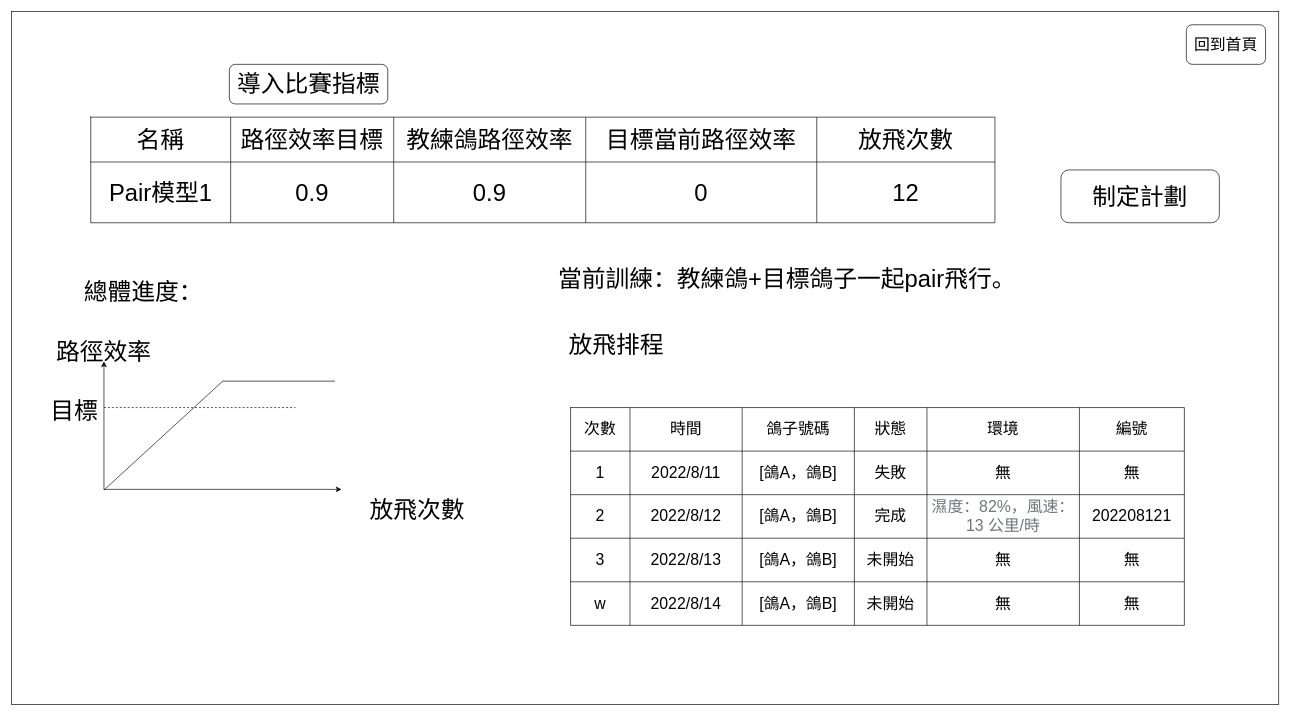
Above: page "Pair模型-1" (4 of 12) of 訓練系統UI設計.drawio in pengzhen80/PigeonRace (draw.io), before the change. Source tidied: cells renumbered, new cells numbered last; positions are measured from the earlier drawing's top-left corner, leaving out a move shared by most shapes. Both pictures are drawn from the tidied source at 66%, with x=0, y=0 at pixel (11, 11).
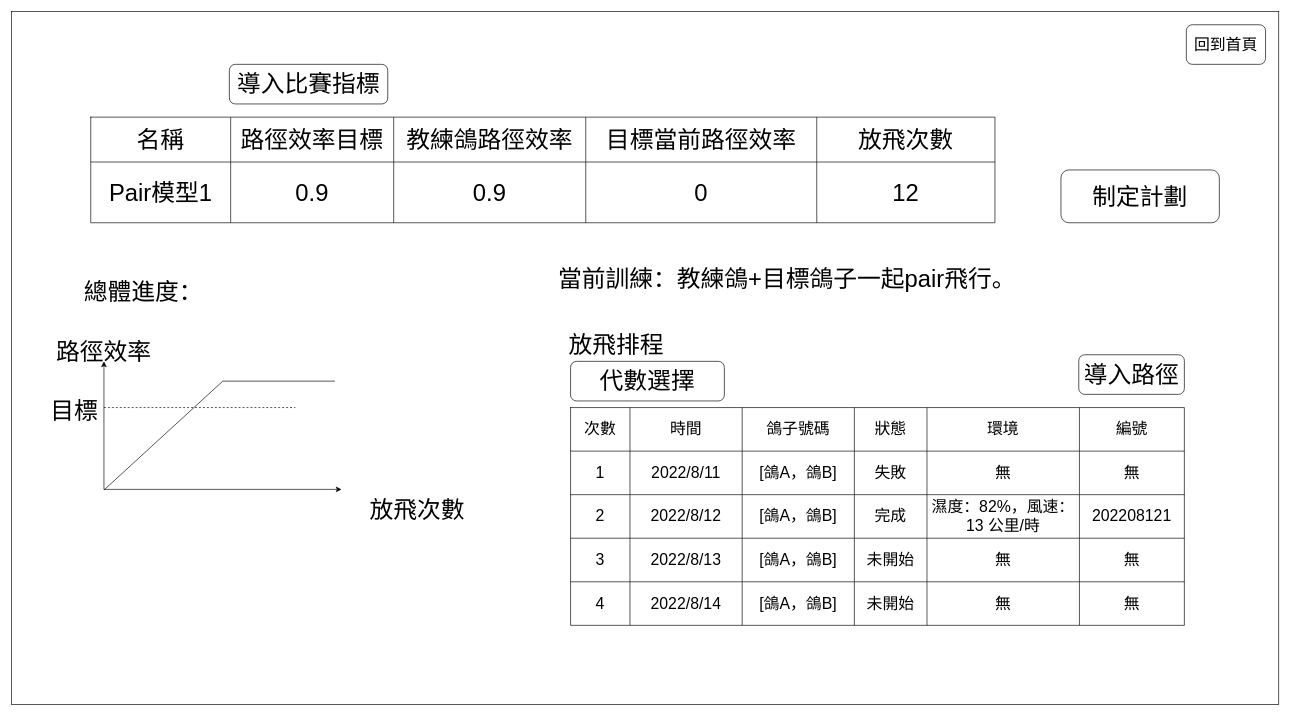
The same page after the edit.

Unchanged cells that the change refers to:
```xml
<mxCell id="40" style="shape=tableRow;horizontal=0;startSize=0;swimlaneHead=0;swimlaneBody=0;top=0;left=0;bottom=0;right=0;fillColor=none;fontSize=24;" parent="25" vertex="1">
  <mxGeometry y="132" width="930" height="66" as="geometry" />
</mxCell>
<mxCell id="54" style="shape=tableRow;horizontal=0;startSize=0;swimlaneHead=0;swimlaneBody=0;top=0;left=0;bottom=0;right=0;fillColor=none;fontSize=24;" parent="25" vertex="1">
  <mxGeometry y="264" width="930" height="66" as="geometry" />
</mxCell>
```

Diff of the diagram source:
```diff
@@
-    <mxCell id="45" value="&lt;span style=&quot;color: rgb(112, 117, 122); font-family: arial, sans-serif; text-align: start; background-color: rgb(255, 255, 255);&quot;&gt;濕度：&lt;/span&gt;&lt;span style=&quot;color: rgb(112, 117, 122); font-family: arial, sans-serif; text-align: start; background-color: rgb(255, 255, 255);&quot; id=&quot;wob_hm&quot;&gt;82%，&lt;/span&gt;&lt;span style=&quot;color: rgb(112, 117, 122); font-family: arial, sans-serif; text-align: start; background-color: rgb(255, 255, 255);&quot;&gt;風速：&lt;/span&gt;&lt;span style=&quot;color: rgb(112, 117, 122); font-family: arial, sans-serif; text-align: start; background-color: rgb(255, 255, 255);&quot; id=&quot;wob_ws&quot; class=&quot;wob_t&quot;&gt;13 公里/時&lt;/span&gt;" style="shape=partialRectangle;html=1;whiteSpace=wrap;overflow=hidden;fillColor=none;top=0;left=0;bottom=0;right=0;fontSize=24;" parent="40" vertex="1">
+    <mxCell id="45" value="&lt;span style=&quot;font-family: arial, sans-serif; text-align: start; background-color: rgb(255, 255, 255);&quot;&gt;濕度：&lt;/span&gt;&lt;span style=&quot;font-family: arial, sans-serif; text-align: start; background-color: rgb(255, 255, 255);&quot; id=&quot;wob_hm&quot;&gt;82%，&lt;/span&gt;&lt;span style=&quot;font-family: arial, sans-serif; text-align: start; background-color: rgb(255, 255, 255);&quot;&gt;風速：&lt;/span&gt;&lt;span style=&quot;font-family: arial, sans-serif; text-align: start; background-color: rgb(255, 255, 255);&quot; id=&quot;wob_ws&quot; class=&quot;wob_t&quot;&gt;13 公里/時&lt;/span&gt;" style="shape=partialRectangle;html=1;whiteSpace=wrap;overflow=hidden;fillColor=none;top=0;left=0;bottom=0;right=0;fontSize=24;" parent="40" vertex="1">
       <mxGeometry x="540" width="231" height="66" as="geometry" />
     </mxCell>
@@
-    <mxCell id="55" value="w" style="shape=partialRectangle;html=1;whiteSpace=wrap;overflow=hidden;fillColor=none;top=0;left=0;bottom=0;right=0;fontSize=24;" parent="54" vertex="1">
+    <mxCell id="55" value="4" style="shape=partialRectangle;html=1;whiteSpace=wrap;overflow=hidden;fillColor=none;top=0;left=0;bottom=0;right=0;fontSize=24;" parent="54" vertex="1">
       <mxGeometry width="90" height="66" as="geometry" />
     </mxCell>
@@
+    <mxCell id="66" value="導入路徑" style="rounded=1;whiteSpace=wrap;html=1;fontSize=36;fontColor=#000000;" parent="1" vertex="1">
+      <mxGeometry x="1617" y="520" width="160" height="60" as="geometry" />
+    </mxCell>
+    <mxCell id="67" value="代數選擇" style="rounded=1;whiteSpace=wrap;html=1;fontSize=36;fontColor=#000000;" parent="1" vertex="1">
+      <mxGeometry x="847" y="530" width="233" height="60" as="geometry" />
+    </mxCell>
```
